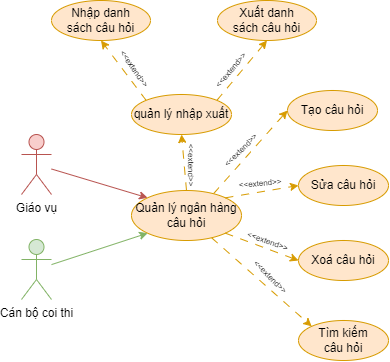
Above: document/temp/draw/usecase_phanra/usecase_nganhangcauhoi.drawio.png in copecute/Edudex-Quiz (draw.io), before the change. Source tidied: cells renumbered, new cells last; positions are measured from the earlier drawing's top-left corner, leaving out a move shared by most shapes.
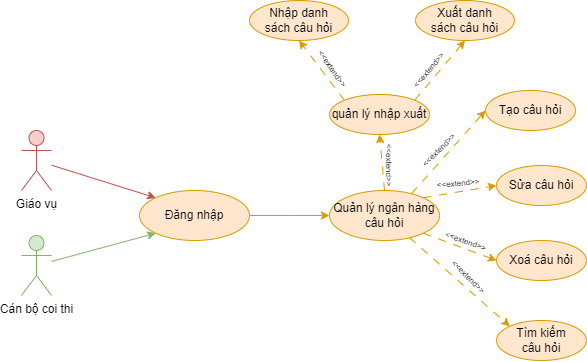
After the commit.

The edit, as a diff of the source:
```diff
@@ -5,12 +5,6 @@
     <mxCell id="2" value="&lt;font style=&quot;font-size: 8px;&quot;&gt;&amp;lt;&amp;lt;extend&amp;gt;&amp;gt;&lt;/font&gt;" style="text;html=1;strokeColor=none;fillColor=none;align=center;verticalAlign=middle;whiteSpace=wrap;rounded=0;rotation=90;" parent="1" vertex="1">
       <mxGeometry x="141" y="150" width="60" height="30" as="geometry" />
     </mxCell>
-    <mxCell id="3" style="rounded=0;jettySize=auto;html=1;entryX=0;entryY=0;entryDx=0;entryDy=0;fillColor=#f8cecc;strokeColor=#b85450;" parent="1" edge="1" source="4" target="7">
-      <mxGeometry relative="1" as="geometry" />
-    </mxCell>
-    <mxCell id="4" value="Giáo vụ" style="shape=umlActor;verticalLabelPosition=bottom;verticalAlign=top;html=1;outlineConnect=0;fillColor=#f8cecc;strokeColor=#b85450;" parent="1" vertex="1">
-      <mxGeometry y="134" width="30" height="60" as="geometry" />
-    </mxCell>
     <mxCell id="5" style="rounded=0;jettySize=auto;html=1;entryX=0;entryY=0;entryDx=0;entryDy=0;fillColor=#ffe6cc;strokeColor=#d79b00;dashed=1;dashPattern=8 8;" parent="1" edge="1" source="7" target="14">
       <mxGeometry relative="1" as="geometry" />
     </mxCell>
@@ -74,11 +68,25 @@
     <mxCell id="25" value="&lt;font style=&quot;font-size: 8px;&quot;&gt;&amp;lt;&amp;lt;extend&amp;gt;&amp;gt;&lt;/font&gt;" style="text;html=1;strokeColor=none;fillColor=none;align=center;verticalAlign=middle;whiteSpace=wrap;rounded=0;rotation=-50;" parent="1" vertex="1">
       <mxGeometry x="179" y="54" width="60" height="30" as="geometry" />
     </mxCell>
-    <mxCell id="26" style="rounded=0;jettySize=auto;html=1;entryX=0;entryY=1;entryDx=0;entryDy=0;fillColor=#d5e8d4;strokeColor=#82b366;" parent="1" edge="1" source="27" target="7">
-      <mxGeometry relative="1" as="geometry" />
-    </mxCell>
+    <mxCell id="28" style="rounded=0;jettySize=auto;html=1;entryX=0;entryY=0;entryDx=0;entryDy=0;fillColor=#f8cecc;strokeColor=#b85450;" parent="1" edge="1" source="4" target="31">
+      <mxGeometry relative="1" as="geometry" />
+    </mxCell>
+    <mxCell id="4" value="Giáo vụ" style="shape=umlActor;verticalLabelPosition=bottom;verticalAlign=top;html=1;outlineConnect=0;fillColor=#f8cecc;strokeColor=#b85450;" parent="1" vertex="1">
+      <mxGeometry x="-198" y="130" width="30" height="60" as="geometry" />
+    </mxCell>
+    <mxCell id="29" style="rounded=0;jettySize=auto;html=1;entryX=0;entryY=1;entryDx=0;entryDy=0;fillColor=#d5e8d4;strokeColor=#82b366;" parent="1" edge="1" source="27" target="31">
+      <mxGeometry relative="1" as="geometry" />
+    </mxCell>
     <mxCell id="27" value="Cán bộ coi thi" style="shape=umlActor;verticalLabelPosition=bottom;verticalAlign=top;html=1;outlineConnect=0;fillColor=#d5e8d4;strokeColor=#82b366;" parent="1" vertex="1">
-      <mxGeometry y="239" width="30" height="60" as="geometry" />
+      <mxGeometry x="-198" y="235" width="30" height="60" as="geometry" />
     </mxCell>
+    <mxCell id="30" style="edgeStyle=orthogonalEdgeStyle;rounded=0;jettySize=auto;html=1;entryX=0;entryY=0.5;entryDx=0;entryDy=0;fillColor=#ffe6cc;strokeColor=#d79b00;" parent="1" edge="1" source="31">
+      <mxGeometry relative="1" as="geometry">
+        <mxPoint x="110" y="215" as="targetPoint" />
+      </mxGeometry>
+    </mxCell>
+    <mxCell id="31" value="Đăng nhập" style="ellipse;whiteSpace=wrap;html=1;fillColor=#ffe6cc;strokeColor=#d79b00;" parent="1" vertex="1">
+      <mxGeometry x="-80" y="190" width="110" height="50" as="geometry" />
+    </mxCell>
   </root>
 </mxGraphModel>
```
